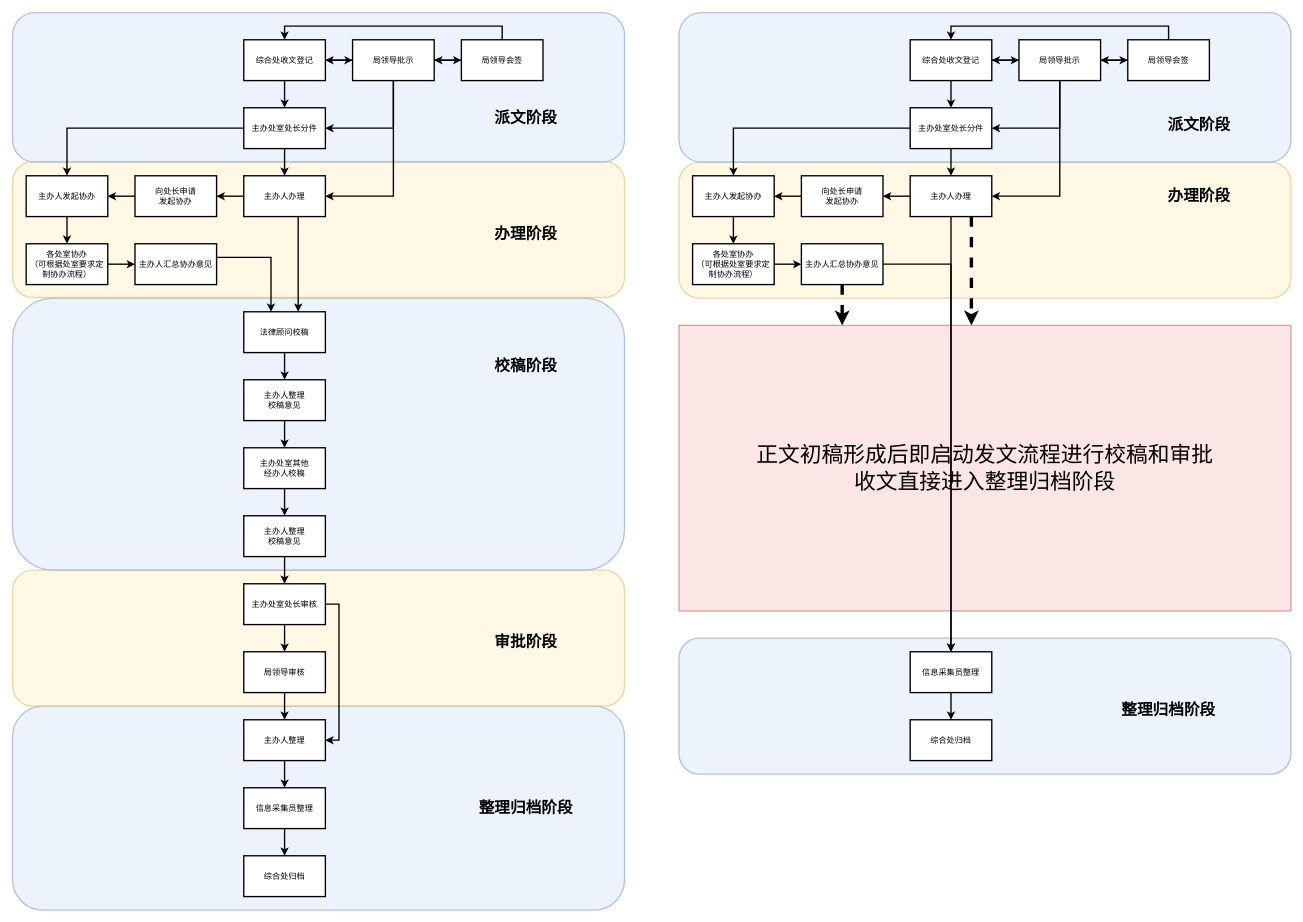
This is page "涉访涉诉" (6 of 7) of 公文办理流程.drawio from 806100963/draw.io, a draw.io file, before an edit. Source tidied: cells renumbered, new cells numbered last; positions are measured from the earlier drawing's top-left corner, leaving out a move shared by most shapes. Both pictures are drawn from the tidied source at 68%, with x=0, y=0 at pixel (12, 12).
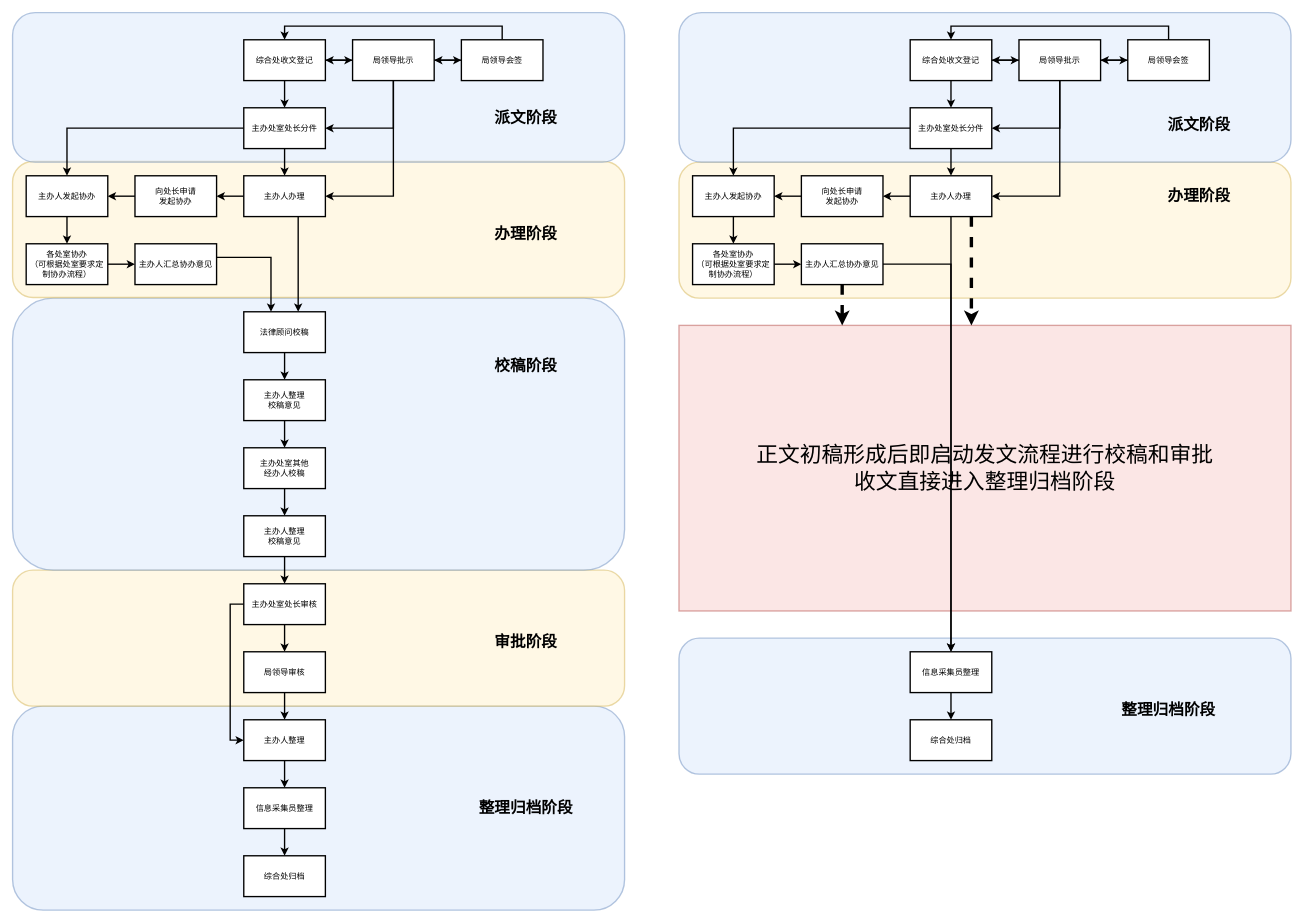
The same diagram, later.

Unchanged cells that the change refers to:
```xml
<mxCell id="28" value="主办处室处长审核" style="rounded=0;whiteSpace=wrap;html=1;strokeWidth=2;" parent="1" vertex="1">
  <mxGeometry x="340" y="840" width="120" height="60" as="geometry" />
</mxCell>
<mxCell id="32" value="主办人整理" style="rounded=0;whiteSpace=wrap;html=1;strokeWidth=2;" parent="1" vertex="1">
  <mxGeometry x="340" y="1040" width="120" height="60" as="geometry" />
</mxCell>
```

Change to the diagram source:
```diff
@@
-    <mxCell id="27" style="edgeStyle=orthogonalEdgeStyle;rounded=0;jettySize=auto;html=1;exitX=1;exitY=0.5;exitDx=0;exitDy=0;entryX=1;entryY=0.5;entryDx=0;entryDy=0;strokeWidth=2;" parent="1" edge="1" source="28" target="32">
+    <mxCell id="27" style="edgeStyle=orthogonalEdgeStyle;rounded=0;jettySize=auto;html=1;strokeWidth=2;" parent="1" edge="1" source="28" target="32">
       <mxGeometry relative="1" as="geometry">
         <Array as="points">
-          <mxPoint x="480" y="870" />
-          <mxPoint x="480" y="1070" />
+          <mxPoint x="320" y="870" />
+          <mxPoint x="320" y="1070" />
         </Array>
       </mxGeometry>
     </mxCell>
```
